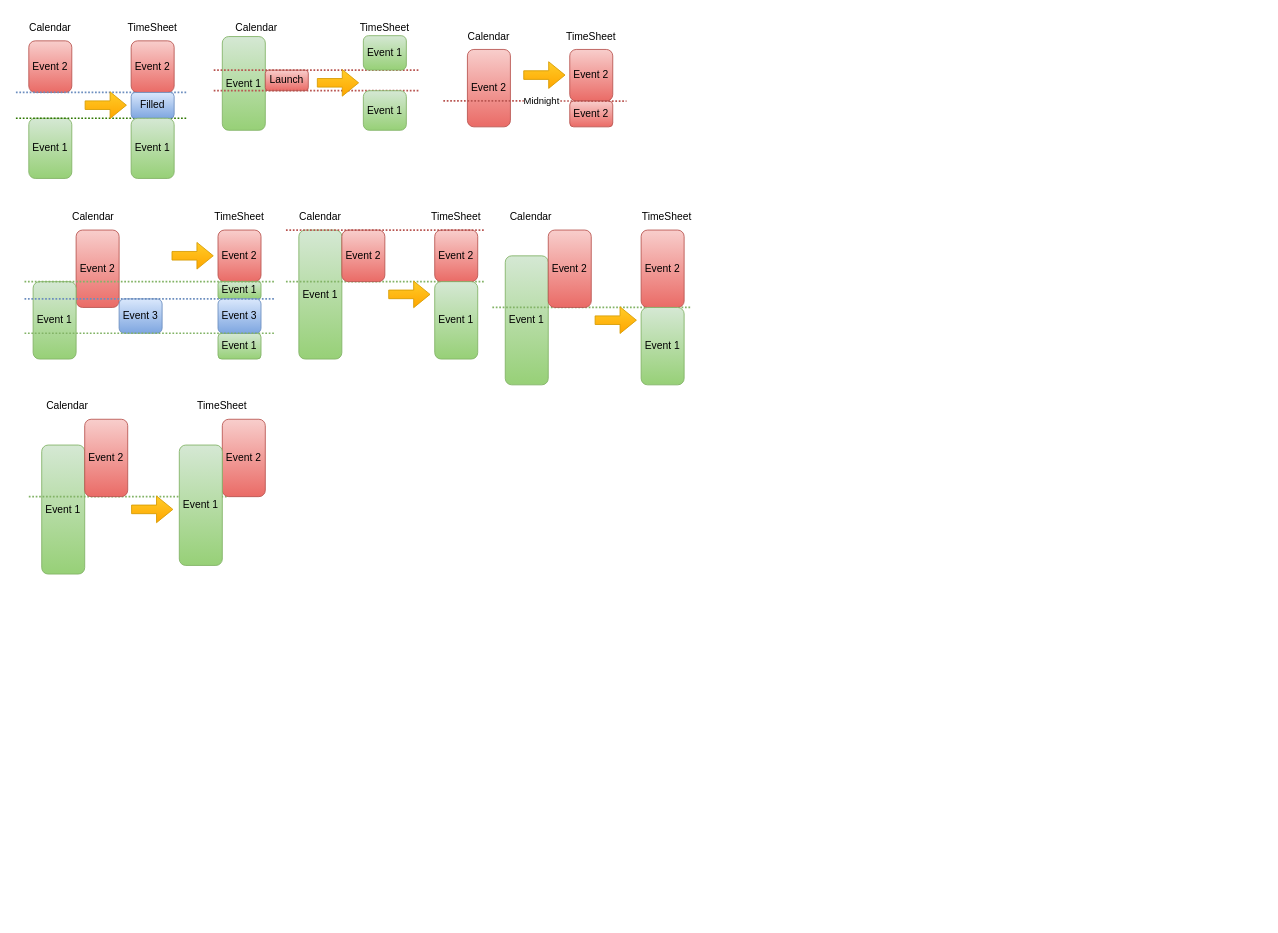
Earlier version of the draw.io diagram images/Charts.drawio (JanVasko1/KM-Calendar_Reading). Source tidied: cells renumbered, new cells numbered last; positions are measured from the earlier drawing's top-left corner, leaving out a move shared by most shapes. Both pictures are drawn from the tidied source at 86%, with x=0, y=0 at pixel (15, 15).
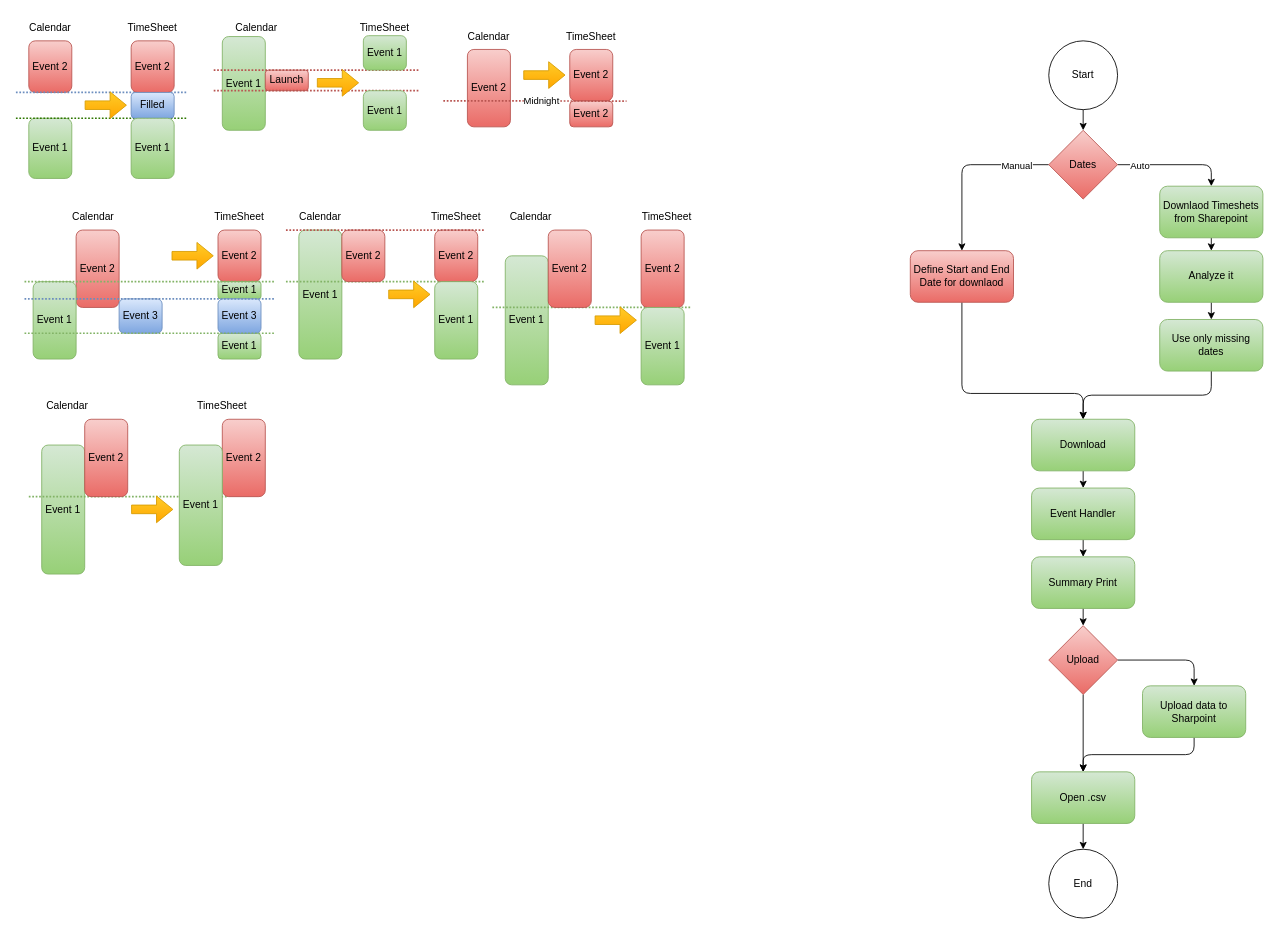
The same diagram, later.

The edit, as a diff of the source:
```diff
@@
+    <mxCell id="67" style="edgeStyle=orthogonalEdgeStyle;rounded=1;jettySize=auto;html=1;exitX=1;exitY=0.5;exitDx=0;exitDy=0;entryX=0.5;entryY=0;entryDx=0;entryDy=0;curved=0;" parent="1" edge="1" source="71" target="75">
+      <mxGeometry relative="1" as="geometry" />
+    </mxCell>
+    <mxCell id="68" value="Auto" style="edgeLabel;html=1;align=center;verticalAlign=middle;" parent="67" vertex="1">
+      <mxGeometry x="-0.62" y="-1" relative="1" as="geometry" />
+    </mxCell>
+    <mxCell id="69" style="edgeStyle=orthogonalEdgeStyle;rounded=1;jettySize=auto;html=1;exitX=0;exitY=0.5;exitDx=0;exitDy=0;entryX=0.5;entryY=0;entryDx=0;entryDy=0;curved=0;" parent="1" edge="1" source="71" target="81">
+      <mxGeometry relative="1" as="geometry" />
+    </mxCell>
+    <mxCell id="70" value="Manual" style="edgeLabel;html=1;align=center;verticalAlign=middle;" parent="69" vertex="1">
+      <mxGeometry x="-0.62" y="1" relative="1" as="geometry" />
+    </mxCell>
+    <mxCell id="71" value="Dates" style="rhombus;whiteSpace=wrap;html=1;fillColor=#f8cecc;strokeColor=#b85450;gradientColor=#ea6b66;" parent="1" vertex="1">
+      <mxGeometry x="1201" y="134" width="80" height="80" as="geometry" />
+    </mxCell>
+    <mxCell id="72" style="edgeStyle=orthogonalEdgeStyle;rounded=0;jettySize=auto;html=1;exitX=0.5;exitY=1;exitDx=0;exitDy=0;entryX=0.5;entryY=0;entryDx=0;entryDy=0;" parent="1" edge="1" source="73" target="71">
+      <mxGeometry relative="1" as="geometry" />
+    </mxCell>
+    <mxCell id="73" value="Start" style="ellipse;whiteSpace=wrap;html=1;" parent="1" vertex="1">
+      <mxGeometry x="1201" y="30" width="80" height="80" as="geometry" />
+    </mxCell>
+    <mxCell id="74" style="edgeStyle=orthogonalEdgeStyle;rounded=1;jettySize=auto;html=1;exitX=0.5;exitY=1;exitDx=0;exitDy=0;entryX=0.5;entryY=0;entryDx=0;entryDy=0;curved=0;" parent="1" edge="1" source="75" target="77">
+      <mxGeometry relative="1" as="geometry" />
+    </mxCell>
+    <mxCell id="75" value="Downlaod Timeshets from Sharepoint" style="rounded=1;whiteSpace=wrap;html=1;fillColor=#d5e8d4;gradientColor=#97d077;strokeColor=#82b366;" parent="1" vertex="1">
+      <mxGeometry x="1330" y="199" width="120" height="60" as="geometry" />
+    </mxCell>
+    <mxCell id="76" style="edgeStyle=orthogonalEdgeStyle;rounded=1;jettySize=auto;html=1;exitX=0.5;exitY=1;exitDx=0;exitDy=0;entryX=0.5;entryY=0;entryDx=0;entryDy=0;curved=0;" parent="1" edge="1" source="77" target="79">
+      <mxGeometry relative="1" as="geometry" />
+    </mxCell>
+    <mxCell id="77" value="Analyze it" style="rounded=1;whiteSpace=wrap;html=1;fillColor=#d5e8d4;gradientColor=#97d077;strokeColor=#82b366;" parent="1" vertex="1">
+      <mxGeometry x="1330" y="274" width="120" height="60" as="geometry" />
+    </mxCell>
+    <mxCell id="78" style="edgeStyle=orthogonalEdgeStyle;rounded=1;jettySize=auto;html=1;exitX=0.5;exitY=1;exitDx=0;exitDy=0;entryX=0.5;entryY=0;entryDx=0;entryDy=0;curved=0;" parent="1" edge="1" source="79" target="83">
+      <mxGeometry relative="1" as="geometry" />
+    </mxCell>
+    <mxCell id="79" value="Use only missing dates" style="rounded=1;whiteSpace=wrap;html=1;fillColor=#d5e8d4;gradientColor=#97d077;strokeColor=#82b366;" parent="1" vertex="1">
+      <mxGeometry x="1330" y="354" width="120" height="60" as="geometry" />
+    </mxCell>
+    <mxCell id="80" style="edgeStyle=orthogonalEdgeStyle;rounded=1;jettySize=auto;html=1;exitX=0.5;exitY=1;exitDx=0;exitDy=0;entryX=0.5;entryY=0;entryDx=0;entryDy=0;" parent="1" edge="1" source="81" target="83">
+      <mxGeometry relative="1" as="geometry">
+        <Array as="points">
+          <mxPoint x="1100" y="440" />
+          <mxPoint x="1241" y="440" />
+        </Array>
+      </mxGeometry>
+    </mxCell>
+    <mxCell id="81" value="Define Start and End Date for downlaod" style="rounded=1;whiteSpace=wrap;html=1;fillColor=#f8cecc;gradientColor=#ea6b66;strokeColor=#b85450;" parent="1" vertex="1">
+      <mxGeometry x="1040" y="274" width="120" height="60" as="geometry" />
+    </mxCell>
+    <mxCell id="82" style="edgeStyle=orthogonalEdgeStyle;rounded=1;jettySize=auto;html=1;exitX=0.5;exitY=1;exitDx=0;exitDy=0;entryX=0.5;entryY=0;entryDx=0;entryDy=0;curved=0;" parent="1" edge="1" source="83" target="85">
+      <mxGeometry relative="1" as="geometry" />
+    </mxCell>
+    <mxCell id="83" value="Download" style="rounded=1;whiteSpace=wrap;html=1;fillColor=#d5e8d4;gradientColor=#97d077;strokeColor=#82b366;" parent="1" vertex="1">
+      <mxGeometry x="1181" y="470" width="120" height="60" as="geometry" />
+    </mxCell>
+    <mxCell id="84" style="edgeStyle=orthogonalEdgeStyle;rounded=1;jettySize=auto;html=1;exitX=0.5;exitY=1;exitDx=0;exitDy=0;entryX=0.5;entryY=0;entryDx=0;entryDy=0;curved=0;" parent="1" edge="1" source="85" target="87">
+      <mxGeometry relative="1" as="geometry" />
+    </mxCell>
+    <mxCell id="85" value="Event Handler" style="rounded=1;whiteSpace=wrap;html=1;fillColor=#d5e8d4;gradientColor=#97d077;strokeColor=#82b366;" parent="1" vertex="1">
+      <mxGeometry x="1181" y="550" width="120" height="60" as="geometry" />
+    </mxCell>
+    <mxCell id="86" style="edgeStyle=orthogonalEdgeStyle;rounded=1;jettySize=auto;html=1;exitX=0.5;exitY=1;exitDx=0;exitDy=0;entryX=0.5;entryY=0;entryDx=0;entryDy=0;curved=0;" parent="1" edge="1" source="87" target="90">
+      <mxGeometry relative="1" as="geometry" />
+    </mxCell>
+    <mxCell id="87" value="Summary Print" style="rounded=1;whiteSpace=wrap;html=1;fillColor=#d5e8d4;gradientColor=#97d077;strokeColor=#82b366;" parent="1" vertex="1">
+      <mxGeometry x="1181" y="630" width="120" height="60" as="geometry" />
+    </mxCell>
+    <mxCell id="88" style="edgeStyle=orthogonalEdgeStyle;rounded=1;jettySize=auto;html=1;exitX=1;exitY=0.5;exitDx=0;exitDy=0;entryX=0.5;entryY=0;entryDx=0;entryDy=0;curved=0;" parent="1" edge="1" source="90" target="92">
+      <mxGeometry relative="1" as="geometry" />
+    </mxCell>
+    <mxCell id="89" style="edgeStyle=orthogonalEdgeStyle;rounded=1;jettySize=auto;html=1;exitX=0.5;exitY=1;exitDx=0;exitDy=0;entryX=0.5;entryY=0;entryDx=0;entryDy=0;curved=0;" parent="1" edge="1" source="90" target="94">
+      <mxGeometry relative="1" as="geometry" />
+    </mxCell>
+    <mxCell id="90" value="Upload" style="rhombus;whiteSpace=wrap;html=1;fillColor=#f8cecc;gradientColor=#ea6b66;strokeColor=#b85450;" parent="1" vertex="1">
+      <mxGeometry x="1201" y="710" width="80" height="80" as="geometry" />
+    </mxCell>
+    <mxCell id="91" style="edgeStyle=orthogonalEdgeStyle;rounded=1;jettySize=auto;html=1;exitX=0.5;exitY=1;exitDx=0;exitDy=0;entryX=0.5;entryY=0;entryDx=0;entryDy=0;curved=0;" parent="1" edge="1" source="92" target="94">
+      <mxGeometry relative="1" as="geometry" />
+    </mxCell>
+    <mxCell id="92" value="Upload data to Sharpoint" style="rounded=1;whiteSpace=wrap;html=1;fillColor=#d5e8d4;gradientColor=#97d077;strokeColor=#82b366;" parent="1" vertex="1">
+      <mxGeometry x="1310" y="780" width="120" height="60" as="geometry" />
+    </mxCell>
+    <mxCell id="93" style="edgeStyle=orthogonalEdgeStyle;rounded=0;jettySize=auto;html=1;exitX=0.5;exitY=1;exitDx=0;exitDy=0;entryX=0.5;entryY=0;entryDx=0;entryDy=0;" parent="1" edge="1" source="94" target="95">
+      <mxGeometry relative="1" as="geometry" />
+    </mxCell>
+    <mxCell id="94" value="Open .csv" style="rounded=1;whiteSpace=wrap;html=1;fillColor=#d5e8d4;gradientColor=#97d077;strokeColor=#82b366;" parent="1" vertex="1">
+      <mxGeometry x="1181" y="880" width="120" height="60" as="geometry" />
+    </mxCell>
+    <mxCell id="95" value="End" style="ellipse;whiteSpace=wrap;html=1;" parent="1" vertex="1">
+      <mxGeometry x="1201" y="970" width="80" height="80" as="geometry" />
+    </mxCell>
```
